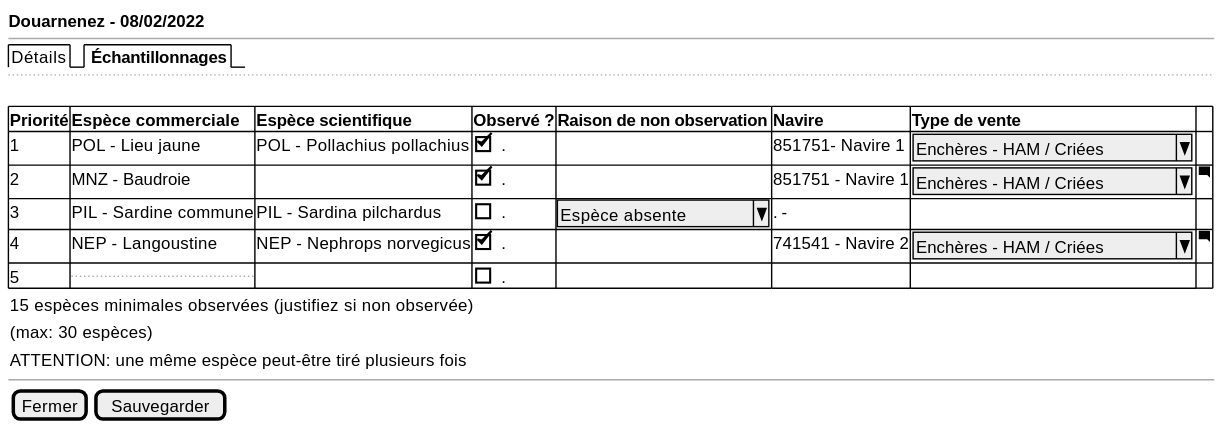
This is projects/obsvente/spe/images/landings-table.svg from sumaris-net/sumaris-doc, a PlantUML export, as it was before one commit.
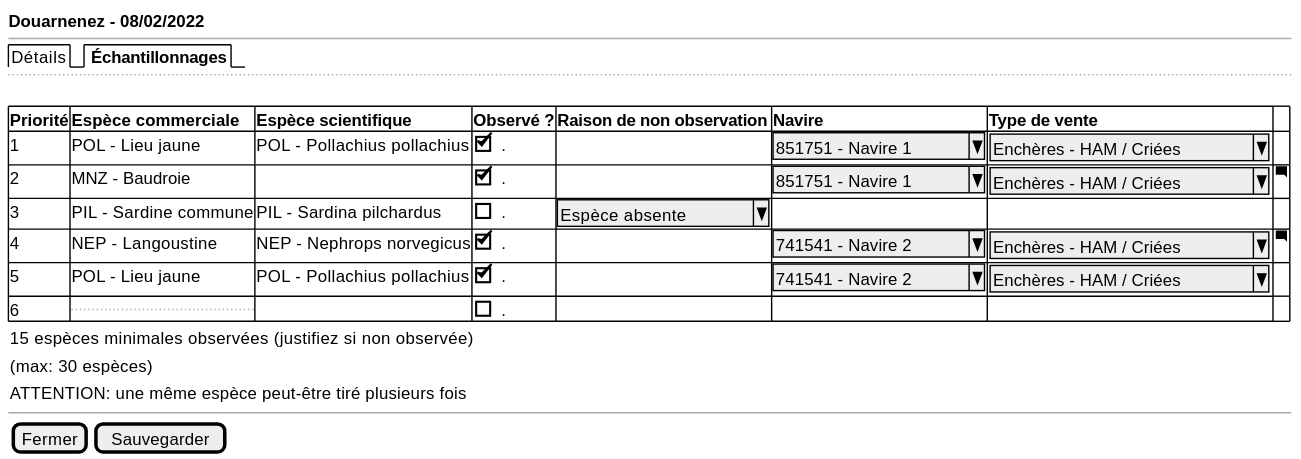
Later version of the same file.

The edit, as a diff of the source:
```diff
@@ -8,11 +8,12 @@
 	{#
 
       <b>Priorité | <b>Espèce commerciale | <b>Espèce scientifique  | <b>Observé ? | <b>Raison de non observation | <b>Navire | <b>Type de vente | .
-       1 | POL - Lieu jaune | POL - Pollachius pollachius | [X] . | . | 851751- Navire 1 | { ^Enchères - HAM / Criées^} | .
-       2 | MNZ - Baudroie | . |  [X] . | . | 851751 - Navire 1 | { ^Enchères - HAM / Criées^} | <&comment-square>
-       3 | PIL - Sardine commune | PIL - Sardina pilchardus | [ ] . | ^ Espèce absente  ^  |. -| . | .
-       4 | NEP - Langoustine | NEP - Nephrops norvegicus   | [X] . | . | 741541 - Navire 2 | { ^Enchères - HAM / Criées^} | <&comment-square>
-       5 | ... | . | [ ] . | . | . | .
+       1 | POL - Lieu jaune | POL - Pollachius pollachius | [X]. | . | ^851751 - Navire 1^ | { ^Enchères - HAM / Criées^} | .
+       2 | MNZ - Baudroie | . |  [X]. | . | ^851751 - Navire 1^ | { ^Enchères - HAM / Criées^} | <&comment-square>
+       3 | PIL - Sardine commune | PIL - Sardina pilchardus | [ ]. | ^ Espèce absente  ^  | . | . | .
+       4 | NEP - Langoustine | NEP - Nephrops norvegicus   | [X]. | . | ^741541 - Navire 2^ | { ^Enchères - HAM / Criées^} | <&comment-square>
+       5 | POL - Lieu jaune | POL - Pollachius pollachius | [X]. | . | ^741541 - Navire 2^ | { ^Enchères - HAM / Criées^} | .
+       6 | ... | . | [ ] . | . | . | .
 
     }
     { 15 espèces minimales observées (justifiez si non observée) }
```
